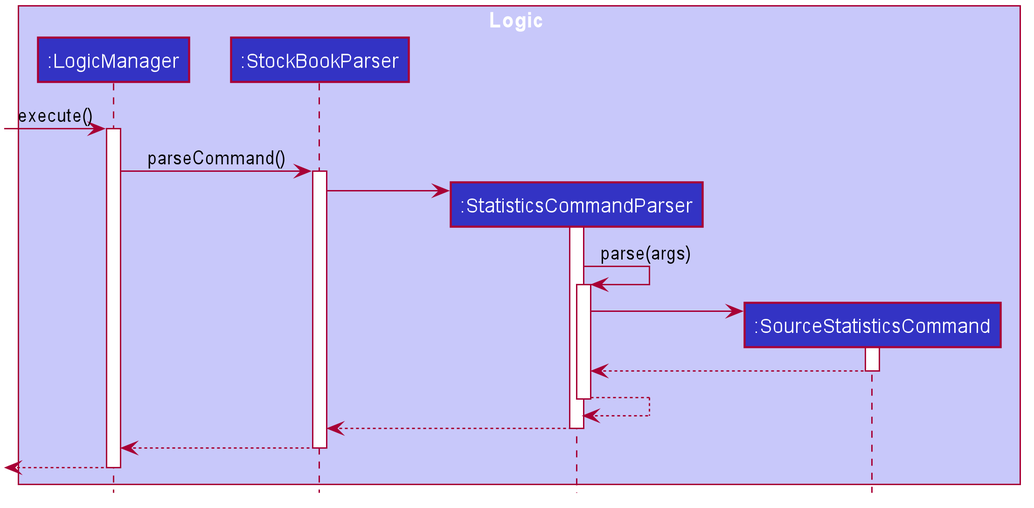
nus-cs2103-AY2021S1/tp keeps this PlantUML diagram as docs/images/StatisticsCommandSequenceDiagramLogicExample1.png. Above is the earlier version. The source it was exported from:
```plantuml
@startuml








skinparam BackgroundColor #FFFFFFF

skinparam Shadowing false

skinparam Class {
    FontColor #FFFFFF
    BorderThickness 1
    BorderColor #FFFFFF
    StereotypeFontColor #FFFFFF
    FontName Arial
}

skinparam Actor {
    BorderColor #000000
    Color #000000
    FontName Arial
}

skinparam Sequence {
    MessageAlign center
    BoxFontSize 15
    BoxPadding 0
    BoxFontColor #FFFFFF
    FontName Arial
}

skinparam Participant {
    FontColor #FFFFFFF
    Padding 20
}

skinparam MinClassWidth 50
skinparam ParticipantPadding 10
skinparam Shadowing false
skinparam DefaultTextAlignment center
skinparam packageStyle Rectangle

hide footbox
hide members
hide circle

box Logic #C8C8FA
participant ":LogicManager" as LogicManager #3333C4
participant ":StockBookParser" as StockBookParser #3333C4
participant ":StatisticsCommandParser" as StatisticsCommandParser #3333C4
participant ":SourceStatisticsCommand" as SourceStatisticsCommand #3333C4
end box

[-> LogicManager : execute()
activate LogicManager

LogicManager -> StockBookParser : parseCommand()
activate StockBookParser

create StatisticsCommandParser
StockBookParser -> StatisticsCommandParser
activate StatisticsCommandParser

StatisticsCommandParser -> StatisticsCommandParser : parse(args)
activate StatisticsCommandParser

create SourceStatisticsCommand
StatisticsCommandParser -> SourceStatisticsCommand
activate SourceStatisticsCommand

SourceStatisticsCommand --> StatisticsCommandParser
deactivate SourceStatisticsCommand

StatisticsCommandParser --> StatisticsCommandParser
deactivate StatisticsCommandParser

StatisticsCommandParser --> StockBookParser
deactivate StatisticsCommandParser

StockBookParser --> LogicManager
deactivate StockBookParser

[<--LogicManager
deactivate LogicManager
@enduml
```
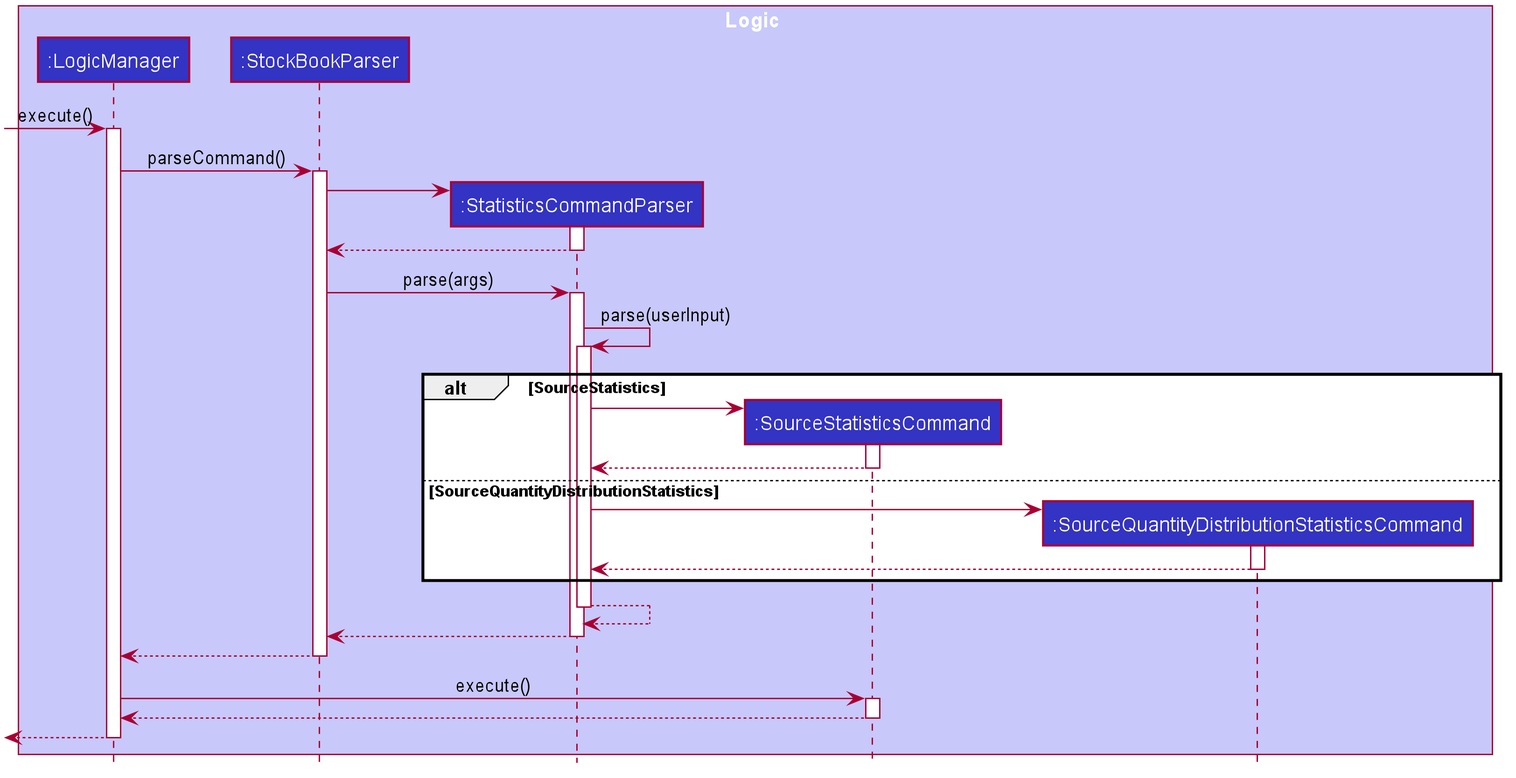
After the change.

The edit, as a diff of the source:
```diff
@@ -53,6 +53,7 @@
 participant ":StockBookParser" as StockBookParser #3333C4
 participant ":StatisticsCommandParser" as StatisticsCommandParser #3333C4
 participant ":SourceStatisticsCommand" as SourceStatisticsCommand #3333C4
+participant ":SourceQuantityDistributionStatisticsCommand" as SourceQuantityDistributionStatisticsCommand #3333C4
 end box
 
 [-> LogicManager : execute()
@@ -65,15 +66,32 @@
 StockBookParser -> StatisticsCommandParser
 activate StatisticsCommandParser
 
-StatisticsCommandParser -> StatisticsCommandParser : parse(args)
+StatisticsCommandParser --> StockBookParser
+deactivate StatisticsCommandParser
+
+StockBookParser -> StatisticsCommandParser : parse(args)
 activate StatisticsCommandParser
+
+StatisticsCommandParser -> StatisticsCommandParser : parse(userInput)
+activate StatisticsCommandParser
+
+alt SourceStatistics
 
 create SourceStatisticsCommand
 StatisticsCommandParser -> SourceStatisticsCommand
 activate SourceStatisticsCommand
-
 SourceStatisticsCommand --> StatisticsCommandParser
 deactivate SourceStatisticsCommand
+
+else SourceQuantityDistributionStatistics
+
+create SourceQuantityDistributionStatisticsCommand
+StatisticsCommandParser -> SourceQuantityDistributionStatisticsCommand
+activate SourceQuantityDistributionStatisticsCommand
+SourceQuantityDistributionStatisticsCommand --> StatisticsCommandParser
+deactivate SourceQuantityDistributionStatisticsCommand
+
+end
 
 StatisticsCommandParser --> StatisticsCommandParser
 deactivate StatisticsCommandParser
@@ -84,6 +102,12 @@
 StockBookParser --> LogicManager
 deactivate StockBookParser
 
+LogicManager -> SourceStatisticsCommand : execute()
+activate SourceStatisticsCommand
+
+SourceStatisticsCommand --> LogicManager
+deactivate SourceStatisticsCommand
+
 [<--LogicManager
 deactivate LogicManager
 @enduml
```
